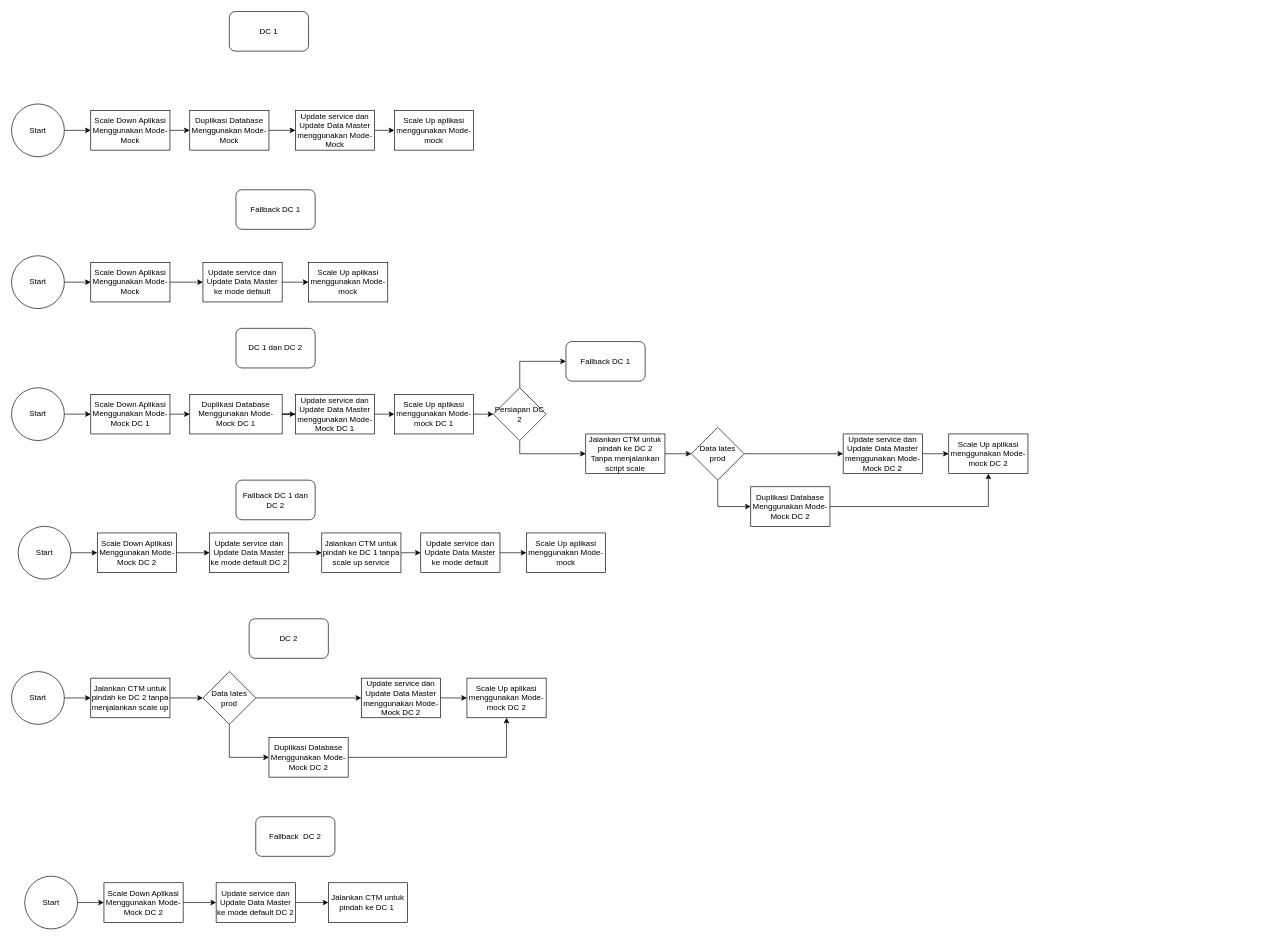
Above: Untitled Diagram.drawio in nadjibhaeckal/nadjib (draw.io), before the change. Source tidied: cells renumbered, new cells numbered last; positions are measured from the earlier drawing's top-left corner, leaving out a move shared by most shapes. Both pictures are drawn from the tidied source at 66%, with x=0, y=0 at pixel (11, 11).
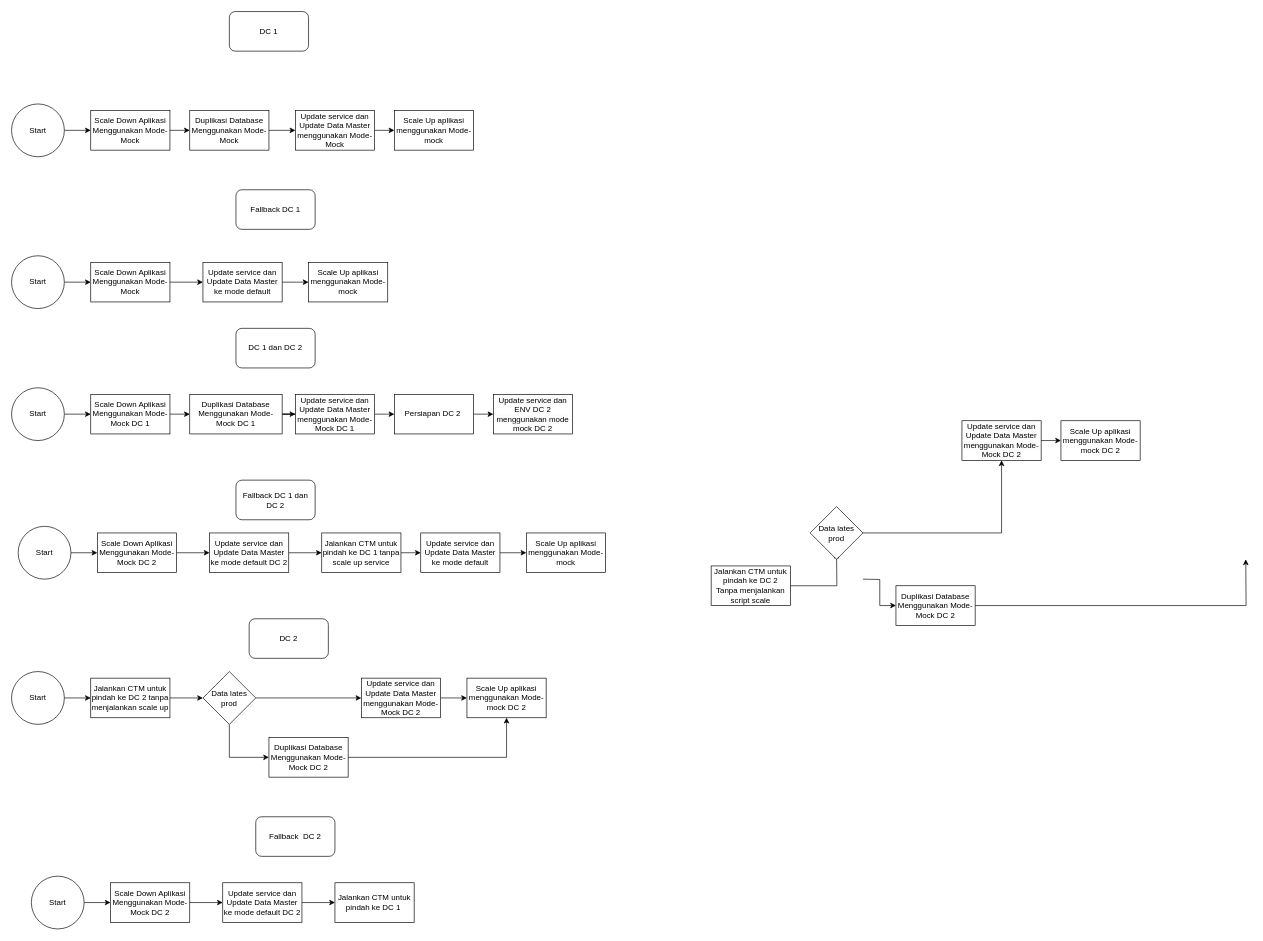
After the change.

The change refers to these unchanged cells:
```xml
<mxCell id="28" value="Update service dan Update Data Master menggunakan Mode-Mock DC 1" style="rounded=0;whiteSpace=wrap;html=1;" parent="1" vertex="1">
  <mxGeometry x="430" y="580" width="120" height="60" as="geometry" />
</mxCell>
```

The edit, as a diff of the source:
```diff
@@
-    <mxCell id="27" style="edgeStyle=orthogonalEdgeStyle;rounded=0;jettySize=auto;html=1;exitX=1;exitY=0.5;exitDx=0;exitDy=0;entryX=0;entryY=0.5;entryDx=0;entryDy=0;" parent="1" edge="1" source="28" target="30">
-      <mxGeometry relative="1" as="geometry" />
+    <mxCell id="27" style="edgeStyle=orthogonalEdgeStyle;rounded=0;jettySize=auto;html=1;exitX=1;exitY=0.5;exitDx=0;exitDy=0;entryX=0;entryY=0.5;entryDx=0;entryDy=0;" parent="1" edge="1" source="28">
+      <mxGeometry relative="1" as="geometry">
+        <mxPoint x="580" y="610" as="targetPoint" />
+      </mxGeometry>
     </mxCell>
@@
-    <mxCell id="29" style="edgeStyle=orthogonalEdgeStyle;rounded=0;jettySize=auto;html=1;exitX=1;exitY=0.5;exitDx=0;exitDy=0;entryX=0;entryY=0.5;entryDx=0;entryDy=0;" parent="1" edge="1" source="30" target="33">
-      <mxGeometry relative="1" as="geometry" />
-    </mxCell>
-    <mxCell id="30" value="Scale Up aplikasi menggunakan Mode-mock DC 1" style="rounded=0;whiteSpace=wrap;html=1;" parent="1" vertex="1">
-      <mxGeometry x="580" y="580" width="120" height="60" as="geometry" />
-    </mxCell>
-    <mxCell id="31" style="edgeStyle=orthogonalEdgeStyle;rounded=0;jettySize=auto;html=1;exitX=0.5;exitY=0;exitDx=0;exitDy=0;entryX=0;entryY=0.5;entryDx=0;entryDy=0;" parent="1" edge="1" source="33" target="34">
-      <mxGeometry relative="1" as="geometry" />
-    </mxCell>
-    <mxCell id="32" style="edgeStyle=orthogonalEdgeStyle;rounded=0;jettySize=auto;html=1;exitX=0.5;exitY=1;exitDx=0;exitDy=0;entryX=0;entryY=0.5;entryDx=0;entryDy=0;" parent="1" edge="1" source="33" target="36">
-      <mxGeometry relative="1" as="geometry" />
-    </mxCell>
-    <mxCell id="33" value="Persiapan DC 2" style="rhombus;whiteSpace=wrap;html=1;" parent="1" vertex="1">
-      <mxGeometry x="730" y="570" width="80" height="80" as="geometry" />
-    </mxCell>
-    <mxCell id="34" value="Fallback DC 1" style="rounded=1;whiteSpace=wrap;html=1;" parent="1" vertex="1">
-      <mxGeometry x="840" y="500" width="120" height="60" as="geometry" />
-    </mxCell>
-    <mxCell id="35" style="edgeStyle=orthogonalEdgeStyle;rounded=0;jettySize=auto;html=1;exitX=1;exitY=0.5;exitDx=0;exitDy=0;entryX=0;entryY=0.5;entryDx=0;entryDy=0;" parent="1" edge="1" source="36" target="39">
-      <mxGeometry relative="1" as="geometry" />
+    <mxCell id="35" style="edgeStyle=orthogonalEdgeStyle;rounded=0;jettySize=auto;html=1;exitX=1;exitY=0.5;exitDx=0;exitDy=0;entryX=0;entryY=0.5;entryDx=0;entryDy=0;" parent="1" edge="1" source="36">
+      <mxGeometry relative="1" as="geometry">
+        <mxPoint x="1250" y="820" as="targetPoint" />
+      </mxGeometry>
     </mxCell>
     <mxCell id="36" value="Jalankan CTM untuk pindah ke DC 2 Tanpa menjalankan script scale" style="rounded=0;whiteSpace=wrap;html=1;" parent="1" vertex="1">
-      <mxGeometry x="870" y="640" width="120" height="60" as="geometry" />
+      <mxGeometry x="1060" y="840" width="120" height="60" as="geometry" />
     </mxCell>
@@
-    <mxCell id="38" style="edgeStyle=orthogonalEdgeStyle;rounded=0;jettySize=auto;html=1;exitX=0.5;exitY=1;exitDx=0;exitDy=0;entryX=0;entryY=0.5;entryDx=0;entryDy=0;" parent="1" edge="1" source="39" target="44">
-      <mxGeometry relative="1" as="geometry" />
+    <mxCell id="38" style="edgeStyle=orthogonalEdgeStyle;rounded=0;jettySize=auto;html=1;exitX=0.5;exitY=1;exitDx=0;exitDy=0;entryX=0;entryY=0.5;entryDx=0;entryDy=0;" parent="1" edge="1" target="44">
+      <mxGeometry relative="1" as="geometry">
+        <mxPoint x="1290" y="860" as="sourcePoint" />
+      </mxGeometry>
     </mxCell>
     <mxCell id="39" value="Data lates prod" style="rhombus;whiteSpace=wrap;html=1;" parent="1" vertex="1">
-      <mxGeometry x="1030" y="630" width="80" height="80" as="geometry" />
+      <mxGeometry x="1210" y="750" width="80" height="80" as="geometry" />
     </mxCell>
@@
     <mxCell id="41" value="&lt;br&gt;&lt;span style=&quot;color: rgb(0, 0, 0); font-family: Helvetica; font-size: 12px; font-style: normal; font-variant-ligatures: normal; font-variant-caps: normal; font-weight: 400; letter-spacing: normal; orphans: 2; text-align: center; text-indent: 0px; text-transform: none; widows: 2; word-spacing: 0px; -webkit-text-stroke-width: 0px; white-space: normal; background-color: rgb(251, 251, 251); text-decoration-thickness: initial; text-decoration-style: initial; text-decoration-color: initial; float: none; display: inline !important;&quot;&gt;Update service dan Update Data Master menggunakan Mode-Mock DC 2&lt;/span&gt;&lt;div&gt;&lt;br/&gt;&lt;/div&gt;" style="rounded=0;whiteSpace=wrap;html=1;" parent="1" vertex="1">
-      <mxGeometry x="1260" y="640" width="120" height="60" as="geometry" />
+      <mxGeometry x="1440" y="620" width="120" height="60" as="geometry" />
     </mxCell>
     <mxCell id="42" value="Scale Up aplikasi menggunakan Mode-mock DC 2" style="rounded=0;whiteSpace=wrap;html=1;" parent="1" vertex="1">
-      <mxGeometry x="1420" y="640" width="120" height="60" as="geometry" />
+      <mxGeometry x="1590" y="620" width="120" height="60" as="geometry" />
     </mxCell>
-    <mxCell id="43" style="edgeStyle=orthogonalEdgeStyle;rounded=0;jettySize=auto;html=1;exitX=1;exitY=0.5;exitDx=0;exitDy=0;entryX=0.5;entryY=1;entryDx=0;entryDy=0;" parent="1" edge="1" source="44" target="42">
-      <mxGeometry relative="1" as="geometry" />
+    <mxCell id="43" style="edgeStyle=orthogonalEdgeStyle;rounded=0;jettySize=auto;html=1;exitX=1;exitY=0.5;exitDx=0;exitDy=0;entryX=0.5;entryY=1;entryDx=0;entryDy=0;" parent="1" edge="1" source="44">
+      <mxGeometry relative="1" as="geometry">
+        <mxPoint x="1870" y="830" as="targetPoint" />
+      </mxGeometry>
     </mxCell>
     <mxCell id="44" value="Duplikasi Database Menggunakan Mode-Mock DC 2" style="rounded=0;whiteSpace=wrap;html=1;" parent="1" vertex="1">
-      <mxGeometry x="1120" y="720" width="120" height="60" as="geometry" />
+      <mxGeometry x="1340" y="870" width="120" height="60" as="geometry" />
     </mxCell>
@@
     <mxCell id="69" value="Start" style="ellipse;whiteSpace=wrap;html=1;" parent="1" vertex="1">
-      <mxGeometry x="20" y="1310" width="80" height="80" as="geometry" />
+      <mxGeometry x="30" y="1310" width="80" height="80" as="geometry" />
     </mxCell>
@@
     <mxCell id="71" value="Scale Down Aplikasi Menggunakan Mode-Mock DC 2" style="rounded=0;whiteSpace=wrap;html=1;" parent="1" vertex="1">
-      <mxGeometry x="140" y="1320" width="120" height="60" as="geometry" />
+      <mxGeometry x="150" y="1320" width="120" height="60" as="geometry" />
     </mxCell>
@@
     <mxCell id="73" value="Update service dan Update Data Master ke mode default DC 2" style="rounded=0;whiteSpace=wrap;html=1;" parent="1" vertex="1">
-      <mxGeometry x="310" y="1320" width="120" height="60" as="geometry" />
+      <mxGeometry x="320" y="1320" width="120" height="60" as="geometry" />
     </mxCell>
     <mxCell id="74" value="Jalankan CTM untuk pindah ke DC 1&amp;nbsp;" style="rounded=0;whiteSpace=wrap;html=1;" parent="1" vertex="1">
-      <mxGeometry x="480" y="1320" width="120" height="60" as="geometry" />
+      <mxGeometry x="490" y="1320" width="120" height="60" as="geometry" />
     </mxCell>
@@
+    <mxCell id="78" style="edgeStyle=orthogonalEdgeStyle;rounded=0;jettySize=auto;html=1;exitX=1;exitY=0.5;exitDx=0;exitDy=0;entryX=0;entryY=0.5;entryDx=0;entryDy=0;" parent="1" edge="1" source="33" target="79">
+      <mxGeometry relative="1" as="geometry" />
+    </mxCell>
+    <mxCell id="33" value="Persiapan DC 2&amp;nbsp;" style="rounded=0;whiteSpace=wrap;html=1;" parent="1" vertex="1">
+      <mxGeometry x="580" y="580" width="120" height="60" as="geometry" />
+    </mxCell>
+    <mxCell id="79" value="&lt;br&gt;&lt;span style=&quot;color: rgb(0, 0, 0); font-family: Helvetica; font-size: 12px; font-style: normal; font-variant-ligatures: normal; font-variant-caps: normal; font-weight: 400; letter-spacing: normal; orphans: 2; text-align: center; text-indent: 0px; text-transform: none; widows: 2; word-spacing: 0px; -webkit-text-stroke-width: 0px; white-space: normal; background-color: rgb(251, 251, 251); text-decoration-thickness: initial; text-decoration-style: initial; text-decoration-color: initial; float: none; display: inline !important;&quot;&gt;Update service dan ENV DC 2 menggunakan mode mock DC 2&lt;/span&gt;&lt;div&gt;&lt;br&gt;&lt;/div&gt;" style="rounded=0;whiteSpace=wrap;html=1;" parent="1" vertex="1">
+      <mxGeometry x="730" y="580" width="120" height="60" as="geometry" />
+    </mxCell>
```
